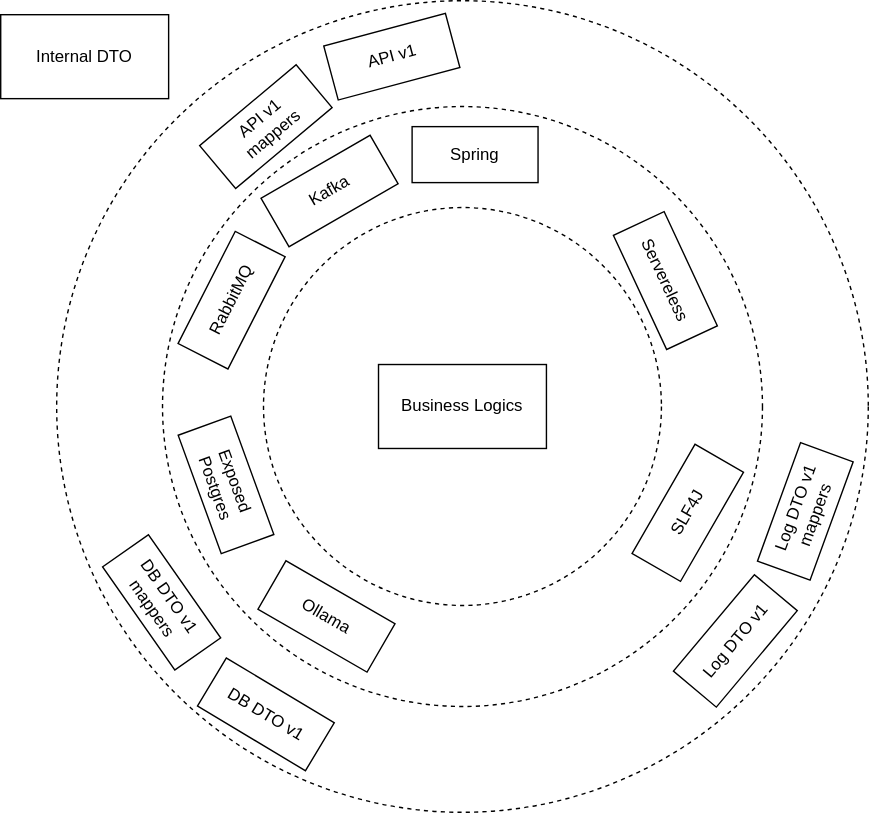
Earlier version of the draw.io export docs/03-architecture/ingredient-scan-arch.drawio.svg (psa-corp/otuskotlin-hw). Source tidied: cells renumbered, new cells last; positions are measured from the earlier drawing's top-left corner, leaving out a move shared by most shapes. The source it was exported from:
```xml
<mxGraphModel>
  <root>
    <mxCell id="0" />
    <mxCell id="1" parent="0" />
    <mxCell id="2" style="ellipse;whiteSpace=wrap;html=1;dashed=1;labelBackgroundColor=none;" parent="1" vertex="1">
      <mxGeometry x="40" width="580" height="580" as="geometry" />
    </mxCell>
    <mxCell id="3" style="ellipse;whiteSpace=wrap;html=1;dashed=1;labelBackgroundColor=none;" parent="1" vertex="1">
      <mxGeometry x="115.6" y="75.6" width="428.8" height="428.8" as="geometry" />
    </mxCell>
    <mxCell id="4" value="API v1" style="rounded=0;whiteSpace=wrap;html=1;rotation=-15;labelBackgroundColor=none;" parent="1" vertex="1">
      <mxGeometry x="234.5" y="20" width="90" height="40" as="geometry" />
    </mxCell>
    <mxCell id="5" value="API v1 &lt;br&gt;mappers" style="rounded=0;whiteSpace=wrap;html=1;rotation=-40;labelBackgroundColor=none;" parent="1" vertex="1">
      <mxGeometry x="144.5" y="70" width="90" height="40" as="geometry" />
    </mxCell>
    <mxCell id="6" value="DB DTO v1" style="rounded=0;whiteSpace=wrap;html=1;rotation=31;labelBackgroundColor=none;" parent="1" vertex="1">
      <mxGeometry x="144.5" y="490" width="90" height="40" as="geometry" />
    </mxCell>
    <mxCell id="7" value="DB DTO v1 &lt;br&gt;mappers" style="rounded=0;whiteSpace=wrap;html=1;rotation=55;labelBackgroundColor=none;" parent="1" vertex="1">
      <mxGeometry x="70" y="410" width="90" height="40" as="geometry" />
    </mxCell>
    <mxCell id="8" value="Log DTO v1 &lt;br&gt;mappers" style="rounded=0;whiteSpace=wrap;html=1;rotation=-70;labelBackgroundColor=none;" parent="1" vertex="1">
      <mxGeometry x="530" y="345" width="90" height="40" as="geometry" />
    </mxCell>
    <mxCell id="9" value="Log DTO v1" style="rounded=0;whiteSpace=wrap;html=1;rotation=-50;labelBackgroundColor=none;" parent="1" vertex="1">
      <mxGeometry x="480" y="437.5" width="90" height="40" as="geometry" />
    </mxCell>
    <mxCell id="10" style="ellipse;whiteSpace=wrap;html=1;dashed=1;labelBackgroundColor=none;" parent="1" vertex="1">
      <mxGeometry x="187.8" y="147.8" width="284.4" height="284.4" as="geometry" />
    </mxCell>
    <mxCell id="11" value="Spring" style="rounded=0;whiteSpace=wrap;html=1;rotation=0;labelBackgroundColor=none;" parent="1" vertex="1">
      <mxGeometry x="294" y="90" width="90" height="40" as="geometry" />
    </mxCell>
    <mxCell id="12" value="Servereless" style="rounded=0;whiteSpace=wrap;html=1;rotation=65;labelBackgroundColor=none;" parent="1" vertex="1">
      <mxGeometry x="430" y="180" width="90" height="40" as="geometry" />
    </mxCell>
    <mxCell id="13" value="RabbitMQ" style="rounded=0;whiteSpace=wrap;html=1;rotation=-63;labelBackgroundColor=none;" parent="1" vertex="1">
      <mxGeometry x="120" y="194" width="90" height="40" as="geometry" />
    </mxCell>
    <mxCell id="14" value="Kafka" style="rounded=0;whiteSpace=wrap;html=1;rotation=-30;labelBackgroundColor=none;" parent="1" vertex="1">
      <mxGeometry x="190" y="116" width="90" height="40" as="geometry" />
    </mxCell>
    <mxCell id="15" value="Exposed Postgres" style="rounded=0;whiteSpace=wrap;html=1;rotation=70;labelBackgroundColor=none;" parent="1" vertex="1">
      <mxGeometry x="116" y="326" width="90" height="40" as="geometry" />
    </mxCell>
    <mxCell id="16" value="SLF4J" style="rounded=0;whiteSpace=wrap;html=1;rotation=-60;labelBackgroundColor=none;" parent="1" vertex="1">
      <mxGeometry x="446" y="346" width="90" height="40" as="geometry" />
    </mxCell>
    <mxCell id="17" value="Internal DTO" style="rounded=0;whiteSpace=wrap;html=1;labelBackgroundColor=none;" parent="1" vertex="1">
      <mxGeometry y="10" width="120" height="60" as="geometry" />
    </mxCell>
    <mxCell id="18" value="Business Logics" style="rounded=0;whiteSpace=wrap;html=1;labelBackgroundColor=none;" parent="1" vertex="1">
      <mxGeometry x="270" y="260" width="120" height="60" as="geometry" />
    </mxCell>
    <mxCell id="19" value="Ollama" style="rounded=0;whiteSpace=wrap;html=1;rotation=30;labelBackgroundColor=none;" parent="1" vertex="1">
      <mxGeometry x="187.8" y="420" width="90" height="40" as="geometry" />
    </mxCell>
  </root>
</mxGraphModel>
```
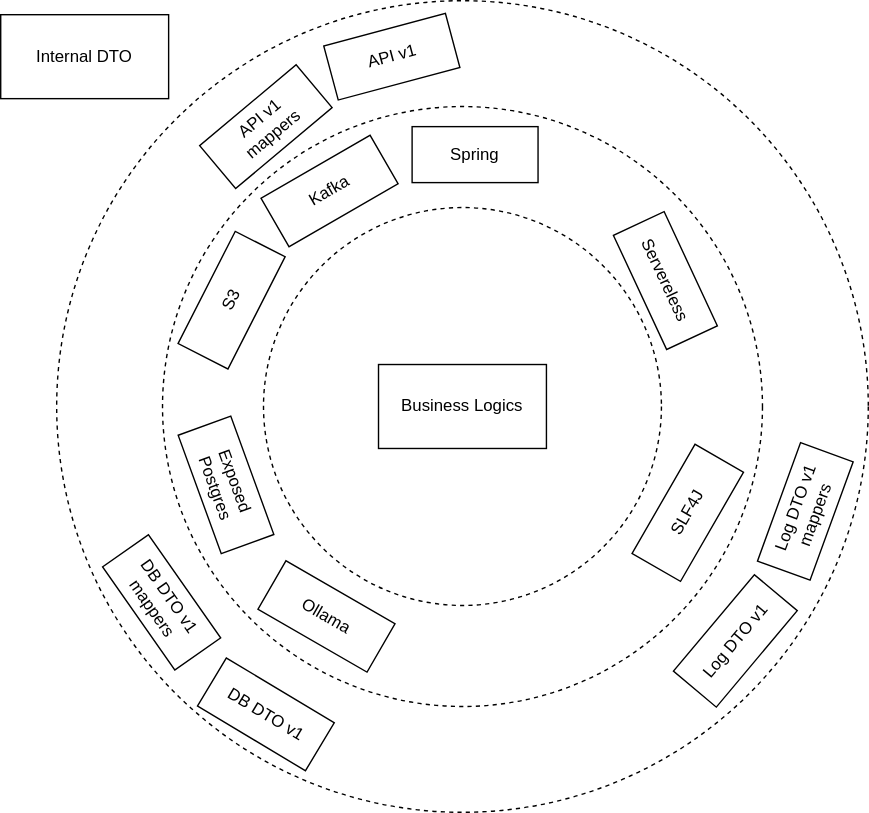
After the change.

The edit, as a diff of the source:
```diff
@@ -35,7 +35,7 @@
     <mxCell id="12" value="Servereless" style="rounded=0;whiteSpace=wrap;html=1;rotation=65;labelBackgroundColor=none;" parent="1" vertex="1">
       <mxGeometry x="430" y="180" width="90" height="40" as="geometry" />
     </mxCell>
-    <mxCell id="13" value="RabbitMQ" style="rounded=0;whiteSpace=wrap;html=1;rotation=-63;labelBackgroundColor=none;" parent="1" vertex="1">
+    <mxCell id="13" value="S3" style="rounded=0;whiteSpace=wrap;html=1;rotation=-63;labelBackgroundColor=none;" parent="1" vertex="1">
       <mxGeometry x="120" y="194" width="90" height="40" as="geometry" />
     </mxCell>
     <mxCell id="14" value="Kafka" style="rounded=0;whiteSpace=wrap;html=1;rotation=-30;labelBackgroundColor=none;" parent="1" vertex="1">
```
